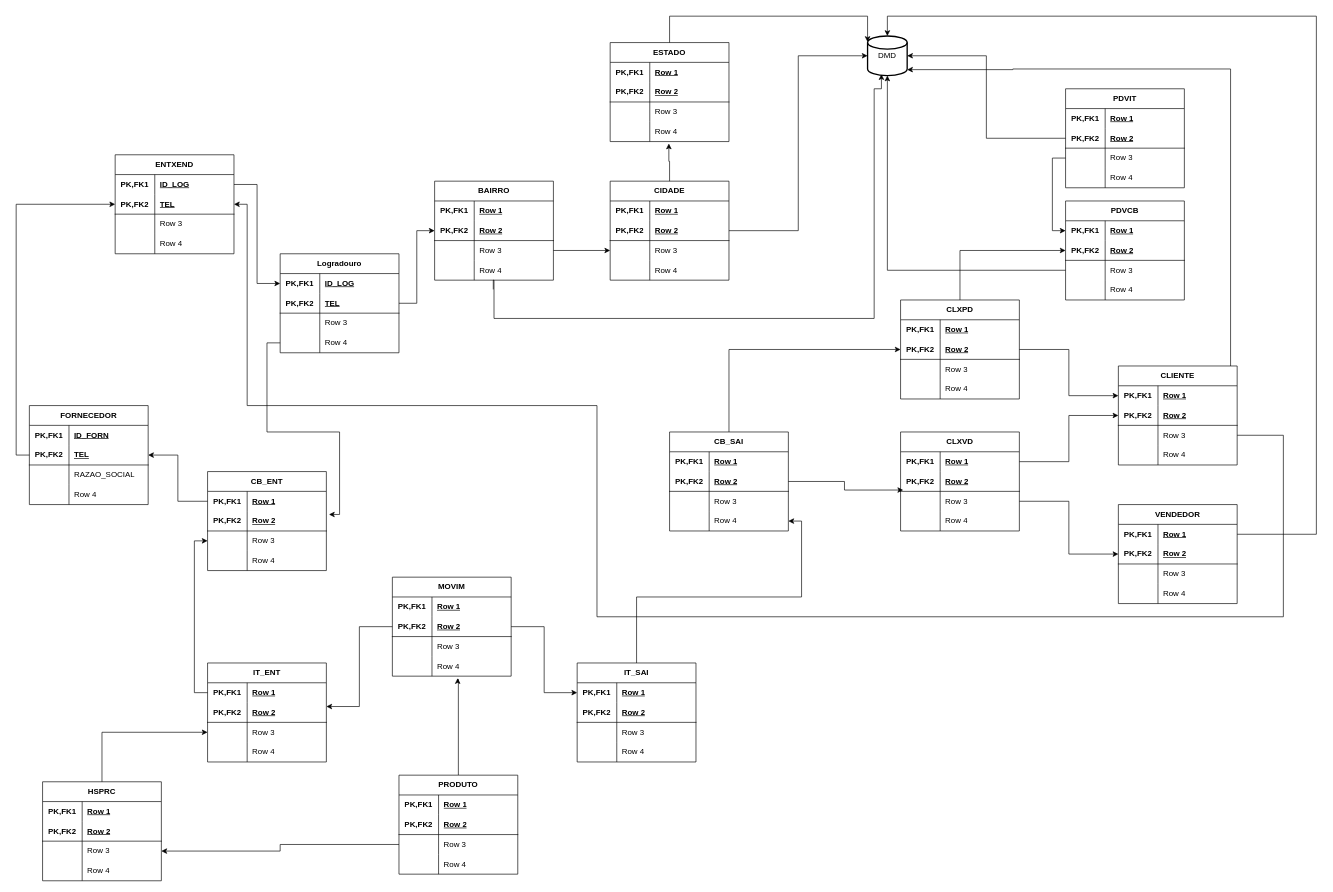
Before: UML/MER.drawio in HelenaNascimento/ControleBrind, a draw.io diagram. Source tidied: cells renumbered, new cells numbered last; positions are measured from the earlier drawing's top-left corner, leaving out a move shared by most shapes. Both pictures are drawn from the tidied source at 66%, with x=0, y=0 at pixel (29, 16).
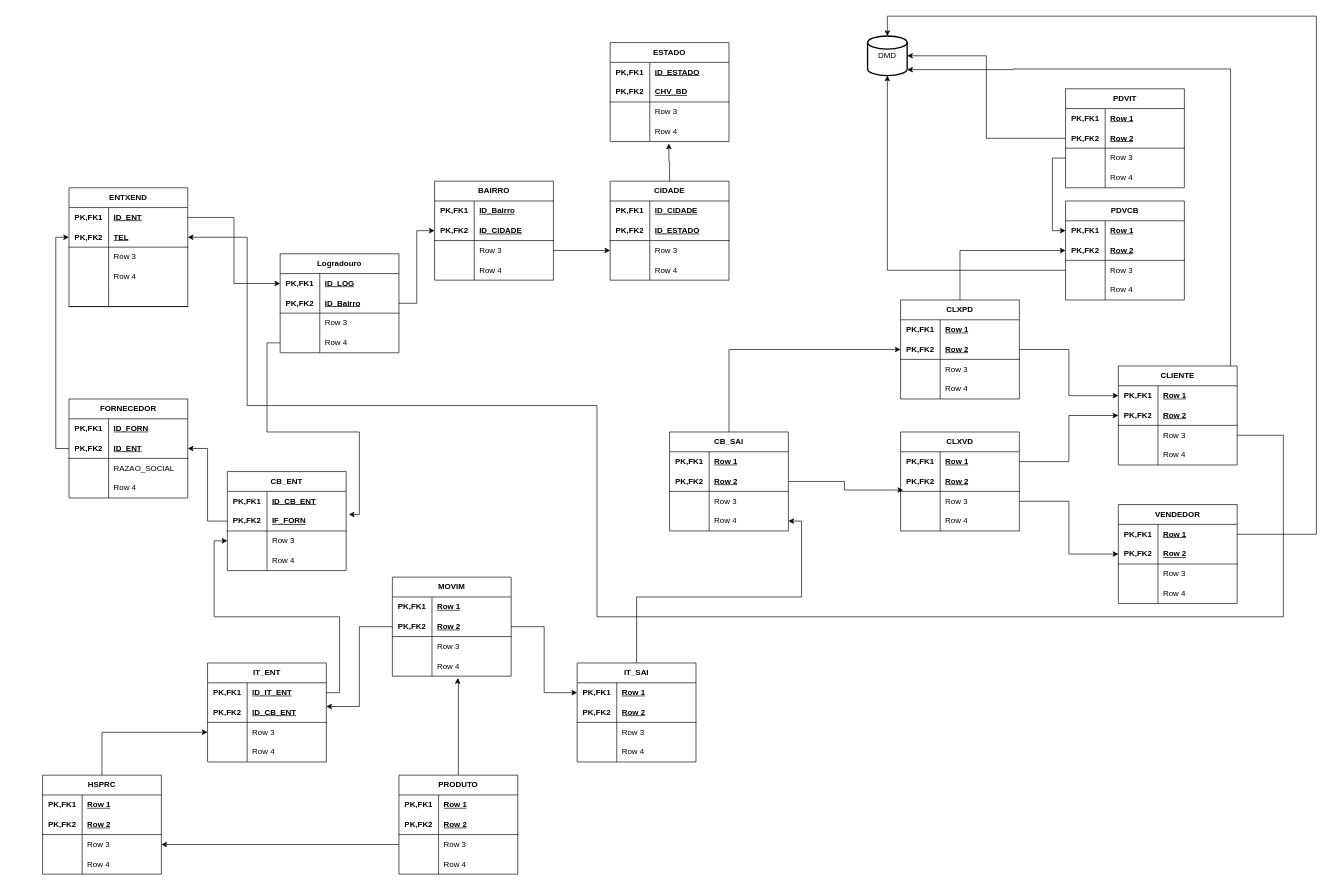
The same diagram, later.

The change refers to these unchanged cells:
```xml
<mxCell id="7" style="shape=tableRow;horizontal=0;startSize=0;swimlaneHead=0;swimlaneBody=0;fillColor=none;points=[[0,0.5],[1,0.5]];portConstraint=eastwest;top=0;left=0;right=0;bottom=1;html=1;" parent="3" vertex="1">
  <mxGeometry y="60" width="180" height="30" as="geometry" />
</mxCell>
<mxCell id="36" style="shape=tableRow;horizontal=0;startSize=0;swimlaneHead=0;swimlaneBody=0;fillColor=none;points=[[0,0.5],[1,0.5]];portConstraint=eastwest;top=0;left=0;right=0;bottom=0;html=1;" parent="29" vertex="1">
  <mxGeometry y="90" width="180" height="30" as="geometry" />
</mxCell>
<mxCell id="57" style="shape=tableRow;horizontal=0;startSize=0;swimlaneHead=0;swimlaneBody=0;fillColor=none;points=[[0,0.5],[1,0.5]];portConstraint=eastwest;top=0;left=0;right=0;bottom=0;html=1;" parent="56" vertex="1">
  <mxGeometry y="30" width="180" height="30" as="geometry" />
</mxCell>
<mxCell id="60" style="shape=tableRow;horizontal=0;startSize=0;swimlaneHead=0;swimlaneBody=0;fillColor=none;points=[[0,0.5],[1,0.5]];portConstraint=eastwest;top=0;left=0;right=0;bottom=1;html=1;" parent="56" vertex="1">
  <mxGeometry y="60" width="180" height="30" as="geometry" />
</mxCell>
<mxCell id="70" style="shape=tableRow;horizontal=0;startSize=0;swimlaneHead=0;swimlaneBody=0;fillColor=none;points=[[0,0.5],[1,0.5]];portConstraint=eastwest;top=0;left=0;right=0;bottom=0;html=1;" parent="69" vertex="1">
  <mxGeometry y="30" width="180" height="30" as="geometry" />
</mxCell>
<mxCell id="73" style="shape=tableRow;horizontal=0;startSize=0;swimlaneHead=0;swimlaneBody=0;fillColor=none;points=[[0,0.5],[1,0.5]];portConstraint=eastwest;top=0;left=0;right=0;bottom=1;html=1;" parent="69" vertex="1">
  <mxGeometry y="60" width="180" height="30" as="geometry" />
</mxCell>
<mxCell id="199" value="DMD" style="strokeWidth=2;html=1;shape=mxgraph.flowchart.database;whiteSpace=wrap;" parent="1" vertex="1">
  <mxGeometry x="1270" y="30" width="60" height="60" as="geometry" />
</mxCell>
<mxCell id="205" style="shape=tableRow;horizontal=0;startSize=0;swimlaneHead=0;swimlaneBody=0;fillColor=none;top=0;left=0;right=0;bottom=0;html=1;" parent="204" vertex="1">
  <mxGeometry y="30" width="180" height="30" as="geometry" />
</mxCell>
<mxCell id="208" style="shape=tableRow;horizontal=0;startSize=0;swimlaneHead=0;swimlaneBody=0;fillColor=none;points=[[0,0.5],[1,0.5]];portConstraint=eastwest;top=0;left=0;right=0;bottom=1;html=1;" parent="204" vertex="1">
  <mxGeometry y="60" width="180" height="30" as="geometry" />
</mxCell>
<mxCell id="218" style="shape=tableRow;horizontal=0;startSize=0;swimlaneHead=0;swimlaneBody=0;fillColor=none;top=0;left=0;right=0;bottom=0;html=1;" parent="217" vertex="1">
  <mxGeometry y="30" width="180" height="30" as="geometry" />
</mxCell>
<mxCell id="221" style="shape=tableRow;horizontal=0;startSize=0;swimlaneHead=0;swimlaneBody=0;fillColor=none;points=[[0,0.5],[1,0.5]];portConstraint=eastwest;top=0;left=0;right=0;bottom=1;html=1;" parent="217" vertex="1">
  <mxGeometry y="60" width="180" height="30" as="geometry" />
</mxCell>
<mxCell id="230" value="ESTADO" style="shape=table;startSize=30;childLayout=tableLayout;rowLines=0;fontStyle=1;align=center;html=1;whiteSpace=wrap;" parent="1" vertex="1">
  <mxGeometry x="880" y="40" width="180" height="150" as="geometry" />
</mxCell>
<mxCell id="231" style="shape=tableRow;horizontal=0;startSize=0;swimlaneHead=0;swimlaneBody=0;fillColor=none;top=0;left=0;right=0;bottom=0;html=1;" parent="230" vertex="1">
  <mxGeometry y="30" width="180" height="30" as="geometry" />
</mxCell>
<mxCell id="234" style="shape=tableRow;horizontal=0;startSize=0;swimlaneHead=0;swimlaneBody=0;fillColor=none;top=0;left=0;right=0;bottom=1;html=1;" parent="230" vertex="1">
  <mxGeometry y="60" width="180" height="30" as="geometry" />
</mxCell>
<mxCell id="247" style="shape=tableRow;horizontal=0;startSize=0;swimlaneHead=0;swimlaneBody=0;fillColor=none;points=[[0,0.5],[1,0.5]];portConstraint=eastwest;top=0;left=0;right=0;bottom=0;html=1;" parent="246" vertex="1">
  <mxGeometry y="30" width="180" height="30" as="geometry" />
</mxCell>
<mxCell id="250" style="shape=tableRow;horizontal=0;startSize=0;swimlaneHead=0;swimlaneBody=0;fillColor=none;points=[[0,0.5],[1,0.5]];portConstraint=eastwest;top=0;left=0;right=0;bottom=1;html=1;" parent="246" vertex="1">
  <mxGeometry y="60" width="180" height="30" as="geometry" />
</mxCell>
<mxCell id="265" style="shape=tableRow;horizontal=0;startSize=0;swimlaneHead=0;swimlaneBody=0;fillColor=none;points=[[0,0.5],[1,0.5]];portConstraint=eastwest;top=0;left=0;right=0;bottom=0;html=1;" parent="264" vertex="1">
  <mxGeometry y="30" width="180" height="30" as="geometry" />
</mxCell>
<mxCell id="268" style="shape=tableRow;horizontal=0;startSize=0;swimlaneHead=0;swimlaneBody=0;fillColor=none;points=[[0,0.5],[1,0.5]];portConstraint=eastwest;top=0;left=0;right=0;bottom=1;html=1;" parent="264" vertex="1">
  <mxGeometry y="60" width="180" height="30" as="geometry" />
</mxCell>
```

What changed in the source:
```diff
@@
     <mxCell id="3" value="FORNECEDOR" style="shape=table;startSize=30;childLayout=tableLayout;rowLines=0;fontStyle=1;align=center;html=1;whiteSpace=wrap;" parent="1" vertex="1">
-      <mxGeometry y="590" width="180" height="150" as="geometry" />
+      <mxGeometry x="60" y="580" width="180" height="150" as="geometry" />
     </mxCell>
@@
-    <mxCell id="9" value="TEL" style="shape=partialRectangle;fillColor=none;top=0;left=0;bottom=0;right=0;align=left;spacingLeft=6;fontStyle=5;overflow=hidden;html=1;whiteSpace=wrap;" parent="7" vertex="1">
+    <mxCell id="9" value="ID_ENT" style="shape=partialRectangle;fillColor=none;top=0;left=0;bottom=0;right=0;align=left;spacingLeft=6;fontStyle=5;overflow=hidden;html=1;whiteSpace=wrap;" parent="7" vertex="1">
       <mxGeometry x="60" width="120" height="30" as="geometry" />
     </mxCell>
@@
     <mxCell id="56" value="CB_ENT" style="shape=table;startSize=30;childLayout=tableLayout;rowLines=0;fontStyle=1;align=center;html=1;whiteSpace=wrap;" parent="1" vertex="1">
-      <mxGeometry x="270" y="690" width="180" height="150" as="geometry" />
+      <mxGeometry x="300" y="690" width="180" height="150" as="geometry" />
     </mxCell>
@@
-    <mxCell id="59" value="Row 1" style="shape=partialRectangle;fillColor=none;top=0;left=0;bottom=0;right=0;align=left;spacingLeft=6;fontStyle=5;overflow=hidden;html=1;whiteSpace=wrap;" parent="57" vertex="1">
+    <mxCell id="59" value="ID_CB_ENT" style="shape=partialRectangle;fillColor=none;top=0;left=0;bottom=0;right=0;align=left;spacingLeft=6;fontStyle=5;overflow=hidden;html=1;whiteSpace=wrap;" parent="57" vertex="1">
       <mxGeometry x="60" width="120" height="30" as="geometry" />
     </mxCell>
@@
-    <mxCell id="62" value="Row 2" style="shape=partialRectangle;fillColor=none;top=0;left=0;bottom=0;right=0;align=left;spacingLeft=6;fontStyle=5;overflow=hidden;html=1;whiteSpace=wrap;" parent="60" vertex="1">
+    <mxCell id="62" value="IF_FORN" style="shape=partialRectangle;fillColor=none;top=0;left=0;bottom=0;right=0;align=left;spacingLeft=6;fontStyle=5;overflow=hidden;html=1;whiteSpace=wrap;" parent="60" vertex="1">
       <mxGeometry x="60" width="120" height="30" as="geometry" />
     </mxCell>
@@
-    <mxCell id="72" value="Row 1" style="shape=partialRectangle;fillColor=none;top=0;left=0;bottom=0;right=0;align=left;spacingLeft=6;fontStyle=5;overflow=hidden;html=1;whiteSpace=wrap;" parent="70" vertex="1">
+    <mxCell id="72" value="ID_IT_ENT" style="shape=partialRectangle;fillColor=none;top=0;left=0;bottom=0;right=0;align=left;spacingLeft=6;fontStyle=5;overflow=hidden;html=1;whiteSpace=wrap;" parent="70" vertex="1">
       <mxGeometry x="60" width="120" height="30" as="geometry" />
     </mxCell>
@@
-    <mxCell id="75" value="Row 2" style="shape=partialRectangle;fillColor=none;top=0;left=0;bottom=0;right=0;align=left;spacingLeft=6;fontStyle=5;overflow=hidden;html=1;whiteSpace=wrap;" parent="73" vertex="1">
+    <mxCell id="75" value="ID_CB_ENT" style="shape=partialRectangle;fillColor=none;top=0;left=0;bottom=0;right=0;align=left;spacingLeft=6;fontStyle=5;overflow=hidden;html=1;whiteSpace=wrap;" parent="73" vertex="1">
       <mxGeometry x="60" width="120" height="30" as="geometry" />
     </mxCell>
@@
     <mxCell id="162" value="HSPRC" style="shape=table;startSize=30;childLayout=tableLayout;rowLines=0;fontStyle=1;align=center;html=1;whiteSpace=wrap;" parent="1" vertex="1">
-      <mxGeometry x="20" y="1160" width="180" height="150" as="geometry" />
+      <mxGeometry x="20" y="1150" width="180" height="150" as="geometry" />
     </mxCell>
@@
-    <mxCell id="175" style="edgeStyle=orthogonalEdgeStyle;rounded=0;jettySize=auto;html=1;entryX=1;entryY=0.5;entryDx=0;entryDy=0;" parent="1" edge="1" source="57" target="7">
+    <mxCell id="175" style="edgeStyle=orthogonalEdgeStyle;rounded=0;jettySize=auto;html=1;entryX=1;entryY=0.5;entryDx=0;entryDy=0;exitX=0;exitY=0.5;exitDx=0;exitDy=0;" parent="1" edge="1" source="60" target="7">
       <mxGeometry relative="1" as="geometry" />
     </mxCell>
@@
-    <mxCell id="207" value="Row 1" style="shape=partialRectangle;fillColor=none;top=0;left=0;bottom=0;right=0;align=left;spacingLeft=6;fontStyle=5;overflow=hidden;html=1;whiteSpace=wrap;" parent="205" vertex="1">
+    <mxCell id="207" value="ID_Bairro" style="shape=partialRectangle;fillColor=none;top=0;left=0;bottom=0;right=0;align=left;spacingLeft=6;fontStyle=5;overflow=hidden;html=1;whiteSpace=wrap;" parent="205" vertex="1">
       <mxGeometry x="60" width="120" height="30" as="geometry" />
     </mxCell>
@@
-    <mxCell id="210" value="Row 2" style="shape=partialRectangle;fillColor=none;top=0;left=0;bottom=0;right=0;align=left;spacingLeft=6;fontStyle=5;overflow=hidden;html=1;whiteSpace=wrap;" parent="208" vertex="1">
+    <mxCell id="210" value="ID_CIDADE" style="shape=partialRectangle;fillColor=none;top=0;left=0;bottom=0;right=0;align=left;spacingLeft=6;fontStyle=5;overflow=hidden;html=1;whiteSpace=wrap;" parent="208" vertex="1">
       <mxGeometry x="60" width="120" height="30" as="geometry" />
     </mxCell>
@@
-    <mxCell id="220" value="Row 1" style="shape=partialRectangle;fillColor=none;top=0;left=0;bottom=0;right=0;align=left;spacingLeft=6;fontStyle=5;overflow=hidden;html=1;whiteSpace=wrap;" parent="218" vertex="1">
+    <mxCell id="220" value="ID_CIDADE" style="shape=partialRectangle;fillColor=none;top=0;left=0;bottom=0;right=0;align=left;spacingLeft=6;fontStyle=5;overflow=hidden;html=1;whiteSpace=wrap;" parent="218" vertex="1">
       <mxGeometry x="60" width="120" height="30" as="geometry" />
     </mxCell>
@@
-    <mxCell id="223" value="Row 2" style="shape=partialRectangle;fillColor=none;top=0;left=0;bottom=0;right=0;align=left;spacingLeft=6;fontStyle=5;overflow=hidden;html=1;whiteSpace=wrap;" parent="221" vertex="1">
+    <mxCell id="223" value="ID_ESTADO" style="shape=partialRectangle;fillColor=none;top=0;left=0;bottom=0;right=0;align=left;spacingLeft=6;fontStyle=5;overflow=hidden;html=1;whiteSpace=wrap;" parent="221" vertex="1">
       <mxGeometry x="60" width="120" height="30" as="geometry" />
     </mxCell>
@@
-    <mxCell id="233" value="Row 1" style="shape=partialRectangle;fillColor=none;top=0;left=0;bottom=0;right=0;align=left;spacingLeft=6;fontStyle=5;overflow=hidden;html=1;whiteSpace=wrap;" parent="231" vertex="1">
+    <mxCell id="233" value="ID_ESTADO" style="shape=partialRectangle;fillColor=none;top=0;left=0;bottom=0;right=0;align=left;spacingLeft=6;fontStyle=5;overflow=hidden;html=1;whiteSpace=wrap;" parent="231" vertex="1">
       <mxGeometry x="60" width="120" height="30" as="geometry" />
     </mxCell>
@@
-    <mxCell id="236" value="Row 2" style="shape=partialRectangle;fillColor=none;top=0;left=0;bottom=0;right=0;align=left;spacingLeft=6;fontStyle=5;overflow=hidden;html=1;whiteSpace=wrap;" parent="234" vertex="1">
+    <mxCell id="236" value="CHV_BD" style="shape=partialRectangle;fillColor=none;top=0;left=0;bottom=0;right=0;align=left;spacingLeft=6;fontStyle=5;overflow=hidden;html=1;whiteSpace=wrap;" parent="234" vertex="1">
       <mxGeometry x="60" width="120" height="30" as="geometry" />
     </mxCell>
@@
-    <mxCell id="244" style="edgeStyle=orthogonalEdgeStyle;rounded=0;jettySize=auto;html=1;entryX=0;entryY=0.5;entryDx=0;entryDy=0;entryPerimeter=0;" parent="1" edge="1" source="221" target="199">
-      <mxGeometry relative="1" as="geometry" />
-    </mxCell>
@@
-    <mxCell id="252" value="TEL" style="shape=partialRectangle;fillColor=none;top=0;left=0;bottom=0;right=0;align=left;spacingLeft=6;fontStyle=5;overflow=hidden;html=1;whiteSpace=wrap;" parent="250" vertex="1">
+    <mxCell id="252" value="ID_Bairro" style="shape=partialRectangle;fillColor=none;top=0;left=0;bottom=0;right=0;align=left;spacingLeft=6;fontStyle=5;overflow=hidden;html=1;whiteSpace=wrap;" parent="250" vertex="1">
       <mxGeometry x="60" width="120" height="30" as="geometry" />
     </mxCell>
@@
-    <mxCell id="260" style="edgeStyle=orthogonalEdgeStyle;rounded=0;jettySize=auto;html=1;entryX=0;entryY=0.15;entryDx=0;entryDy=0;entryPerimeter=0;" parent="1" edge="1" source="230" target="199">
-      <mxGeometry relative="1" as="geometry">
-        <Array as="points">
-          <mxPoint x="970" />
-          <mxPoint x="1270" />
-        </Array>
-      </mxGeometry>
-    </mxCell>
-    <mxCell id="261" style="edgeStyle=orthogonalEdgeStyle;rounded=0;jettySize=auto;html=1;entryX=0.35;entryY=0.967;entryDx=0;entryDy=0;entryPerimeter=0;exitX=0.494;exitY=0.867;exitDx=0;exitDy=0;exitPerimeter=0;" parent="1" edge="1" target="199">
-      <mxGeometry relative="1" as="geometry">
-        <mxPoint x="702.9" y="414" as="sourcePoint" />
-        <Array as="points">
-          <mxPoint x="703" y="400" />
-          <mxPoint x="704" y="400" />
-          <mxPoint x="704" y="458" />
-          <mxPoint x="1280" y="458" />
-          <mxPoint x="1280" y="110" />
-          <mxPoint x="1291" y="110" />
-        </Array>
-      </mxGeometry>
-    </mxCell>
@@
+    <mxCell id="277" style="edgeStyle=orthogonalEdgeStyle;rounded=0;jettySize=auto;html=1;entryX=0;entryY=0.5;entryDx=0;entryDy=0;" parent="1" edge="1" source="265" target="247">
+      <mxGeometry relative="1" as="geometry" />
+    </mxCell>
+    <mxCell id="278" style="edgeStyle=orthogonalEdgeStyle;rounded=0;jettySize=auto;html=1;entryX=1;entryY=0.5;entryDx=0;entryDy=0;" parent="1" edge="1" source="36" target="268">
+      <mxGeometry relative="1" as="geometry">
+        <Array as="points">
+          <mxPoint x="1900" y="635" />
+          <mxPoint x="1900" y="910" />
+          <mxPoint x="860" y="910" />
+          <mxPoint x="860" y="590" />
+          <mxPoint x="330" y="590" />
+          <mxPoint x="330" y="335" />
+        </Array>
+      </mxGeometry>
+    </mxCell>
     <mxCell id="264" value="ENTXEND" style="shape=table;startSize=30;childLayout=tableLayout;rowLines=0;fontStyle=1;align=center;html=1;whiteSpace=wrap;" parent="1" vertex="1">
-      <mxGeometry x="130" y="210" width="180" height="150" as="geometry" />
+      <mxGeometry x="60" y="260" width="180" height="180" as="geometry" />
     </mxCell>
@@
-    <mxCell id="267" value="ID_LOG" style="shape=partialRectangle;fillColor=none;top=0;left=0;bottom=0;right=0;align=left;spacingLeft=6;fontStyle=5;overflow=hidden;html=1;whiteSpace=wrap;" parent="265" vertex="1">
+    <mxCell id="267" value="ID_ENT" style="shape=partialRectangle;fillColor=none;top=0;left=0;bottom=0;right=0;align=left;spacingLeft=6;fontStyle=5;overflow=hidden;html=1;whiteSpace=wrap;" parent="265" vertex="1">
       <mxGeometry x="60" width="120" height="30" as="geometry" />
     </mxCell>
@@
-    <mxCell id="277" style="edgeStyle=orthogonalEdgeStyle;rounded=0;jettySize=auto;html=1;entryX=0;entryY=0.5;entryDx=0;entryDy=0;" parent="1" edge="1" source="265" target="247">
-      <mxGeometry relative="1" as="geometry" />
-    </mxCell>
-    <mxCell id="278" style="edgeStyle=orthogonalEdgeStyle;rounded=0;jettySize=auto;html=1;entryX=1;entryY=0.5;entryDx=0;entryDy=0;" parent="1" edge="1" source="36" target="268">
-      <mxGeometry relative="1" as="geometry">
-        <Array as="points">
-          <mxPoint x="1900" y="635" />
-          <mxPoint x="1900" y="910" />
-          <mxPoint x="860" y="910" />
-          <mxPoint x="860" y="590" />
-          <mxPoint x="330" y="590" />
-          <mxPoint x="330" y="285" />
-        </Array>
-      </mxGeometry>
-    </mxCell>
+    <mxCell id="279" style="shape=tableRow;horizontal=0;startSize=0;swimlaneHead=0;swimlaneBody=0;fillColor=none;top=0;left=0;right=0;bottom=1;html=1;" parent="264" vertex="1">
+      <mxGeometry y="150" width="180" height="30" as="geometry" />
+    </mxCell>
+    <mxCell id="280" style="shape=partialRectangle;fillColor=none;top=0;left=0;bottom=0;right=0;fontStyle=1;overflow=hidden;html=1;whiteSpace=wrap;" parent="279" vertex="1">
+      <mxGeometry width="60" height="30" as="geometry" />
+    </mxCell>
+    <mxCell id="281" style="shape=partialRectangle;fillColor=none;top=0;left=0;bottom=0;right=0;align=left;spacingLeft=6;fontStyle=5;overflow=hidden;html=1;whiteSpace=wrap;" parent="279" vertex="1">
+      <mxGeometry x="60" width="120" height="30" as="geometry" />
+    </mxCell>
```
